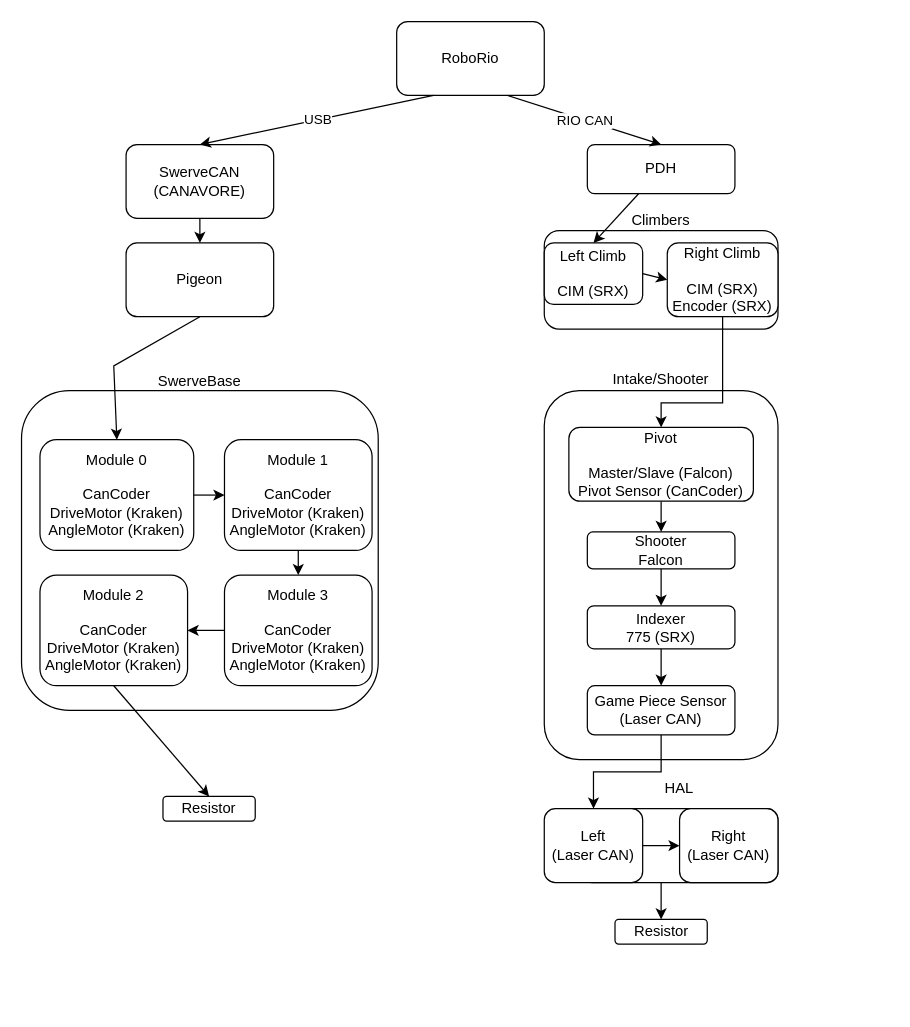
Before: doc/graphics/Bot.drawio in FRC5920/2024, a draw.io diagram. Source tidied: cells renumbered, new cells numbered last; positions are measured from the earlier drawing's top-left corner, leaving out a move shared by most shapes. Both pictures are drawn from the tidied source at 123%, with x=0, y=0 at pixel (21, 21).
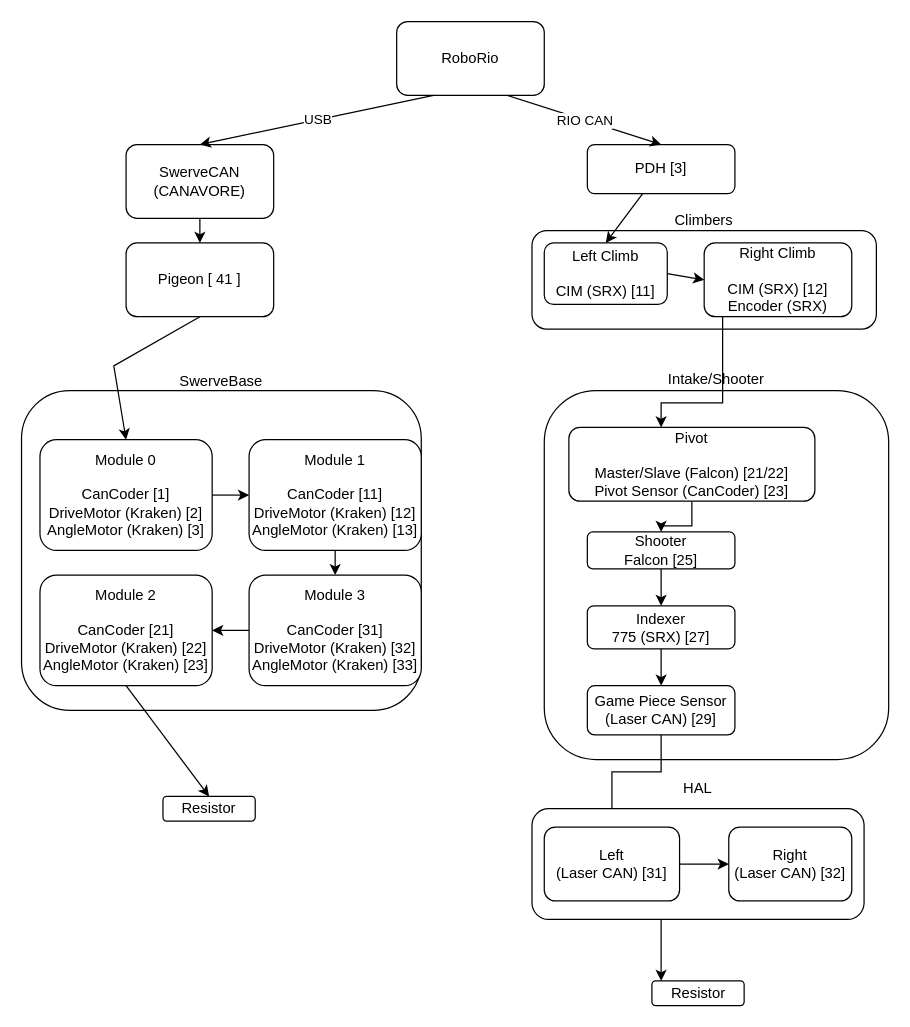
The same diagram, later.

Commit message:
Updated CAN IDs on diagram

What changed in the source:
```diff
@@
     <mxCell id="4" value="SwerveBase" style="rounded=1;whiteSpace=wrap;html=1;spacingTop=0;labelPosition=center;verticalLabelPosition=top;align=center;verticalAlign=bottom;spacing=0;" parent="1" vertex="1">
-      <mxGeometry y="300" width="290" height="260" as="geometry" />
+      <mxGeometry y="300" width="325" height="260" as="geometry" />
     </mxCell>
-    <mxCell id="5" value="Module 0&lt;br&gt;&lt;br&gt;CanCoder&lt;br&gt;DriveMotor (Kraken)&lt;br&gt;AngleMotor (Kraken)" style="rounded=1;whiteSpace=wrap;html=1;" parent="1" vertex="1">
-      <mxGeometry x="15" y="340" width="125" height="90" as="geometry" />
+    <mxCell id="5" value="Module 0&lt;br&gt;&lt;br&gt;CanCoder [1]&lt;br&gt;DriveMotor (Kraken) [2]&lt;br&gt;AngleMotor (Kraken) [3]" style="rounded=1;whiteSpace=wrap;html=1;" parent="1" vertex="1">
+      <mxGeometry x="15" y="340" width="140" height="90" as="geometry" />
     </mxCell>
-    <mxCell id="6" value="Module 1&lt;br&gt;&lt;br&gt;CanCoder&lt;br&gt;DriveMotor (Kraken)&lt;br&gt;AngleMotor (Kraken)" style="rounded=1;whiteSpace=wrap;html=1;" parent="1" vertex="1">
-      <mxGeometry x="165" y="340" width="120" height="90" as="geometry" />
+    <mxCell id="6" value="Module 1&lt;br&gt;&lt;br&gt;CanCoder [11]&lt;br&gt;DriveMotor (Kraken) [12]&lt;br&gt;AngleMotor (Kraken) [13]" style="rounded=1;whiteSpace=wrap;html=1;" parent="1" vertex="1">
+      <mxGeometry x="185" y="340" width="140" height="90" as="geometry" />
     </mxCell>
-    <mxCell id="7" value="Module 2&lt;br&gt;&lt;br&gt;CanCoder&lt;br&gt;DriveMotor (Kraken)&lt;br&gt;AngleMotor (Kraken)" style="rounded=1;whiteSpace=wrap;html=1;" parent="1" vertex="1">
-      <mxGeometry x="15" y="450" width="120" height="90" as="geometry" />
+    <mxCell id="7" value="Module 2&lt;br&gt;&lt;br&gt;CanCoder [21]&lt;br&gt;DriveMotor (Kraken) [22]&lt;br&gt;AngleMotor (Kraken) [23]" style="rounded=1;whiteSpace=wrap;html=1;" parent="1" vertex="1">
+      <mxGeometry x="15" y="450" width="140" height="90" as="geometry" />
     </mxCell>
-    <mxCell id="8" value="Module 3&lt;br&gt;&lt;br&gt;CanCoder&lt;br&gt;DriveMotor (Kraken)&lt;br&gt;AngleMotor (Kraken)" style="rounded=1;whiteSpace=wrap;html=1;" parent="1" vertex="1">
-      <mxGeometry x="165" y="450" width="120" height="90" as="geometry" />
+    <mxCell id="8" value="Module 3&lt;br&gt;&lt;br&gt;CanCoder [31]&lt;br&gt;DriveMotor (Kraken) [32]&lt;br&gt;AngleMotor (Kraken) [33]" style="rounded=1;whiteSpace=wrap;html=1;" parent="1" vertex="1">
+      <mxGeometry x="185" y="450" width="140" height="90" as="geometry" />
     </mxCell>
-    <mxCell id="9" value="Pigeon" style="rounded=1;whiteSpace=wrap;html=1;" parent="1" vertex="1">
+    <mxCell id="9" value="Pigeon [ 41 ]" style="rounded=1;whiteSpace=wrap;html=1;" parent="1" vertex="1">
       <mxGeometry x="85" y="180" width="120" height="60" as="geometry" />
     </mxCell>
-    <mxCell id="10" value="PDH" style="rounded=1;whiteSpace=wrap;html=1;" parent="1" vertex="1">
+    <mxCell id="10" value="PDH [3]" style="rounded=1;whiteSpace=wrap;html=1;" parent="1" vertex="1">
       <mxGeometry x="460" y="100" width="120" height="40" as="geometry" />
     </mxCell>
@@
     <mxCell id="22" value="Resistor" style="rounded=1;whiteSpace=wrap;html=1;" parent="1" vertex="1">
-      <mxGeometry x="482.5" y="730" width="75" height="20" as="geometry" />
+      <mxGeometry x="512.5" y="780" width="75" height="20" as="geometry" />
     </mxCell>
     <mxCell id="23" value="&lt;p style=&quot;line-height: 120%;&quot;&gt;Climbers&lt;/p&gt;" style="rounded=1;whiteSpace=wrap;html=1;spacingTop=0;labelPosition=center;verticalLabelPosition=top;align=center;verticalAlign=bottom;spacing=-11;" parent="1" vertex="1">
-      <mxGeometry x="425" y="170" width="190" height="80" as="geometry" />
+      <mxGeometry x="415" y="170" width="280" height="80" as="geometry" />
     </mxCell>
     <mxCell id="24" value="Intake/Shooter" style="rounded=1;fontColor=default;whiteSpace=wrap;html=1;spacingTop=-5;labelPosition=center;verticalLabelPosition=top;align=center;verticalAlign=bottom;" parent="1" vertex="1">
-      <mxGeometry x="425" y="300" width="190" height="300" as="geometry" />
+      <mxGeometry x="425" y="300" width="280" height="300" as="geometry" />
     </mxCell>
-    <mxCell id="25" value="Left Climb&lt;br&gt;&lt;br&gt;CIM (SRX)" style="rounded=1;whiteSpace=wrap;html=1;" parent="1" vertex="1">
-      <mxGeometry x="425" y="180" width="80" height="50" as="geometry" />
+    <mxCell id="25" value="Left Climb&lt;br&gt;&lt;br&gt;CIM (SRX) [11]" style="rounded=1;whiteSpace=wrap;html=1;" parent="1" vertex="1">
+      <mxGeometry x="425" y="180" width="100" height="50" as="geometry" />
     </mxCell>
@@
-    <mxCell id="27" value="Right Climb&lt;br&gt;&lt;br&gt;CIM (SRX)&lt;br&gt;Encoder (SRX)" style="rounded=1;whiteSpace=wrap;html=1;" parent="1" vertex="1">
-      <mxGeometry x="525" y="180" width="90" height="60" as="geometry" />
+    <mxCell id="27" value="Right Climb&lt;br&gt;&lt;br&gt;CIM (SRX) [12]&lt;br&gt;Encoder (SRX)" style="rounded=1;whiteSpace=wrap;html=1;" parent="1" vertex="1">
+      <mxGeometry x="555" y="180" width="120" height="60" as="geometry" />
     </mxCell>
@@
-    <mxCell id="29" value="Pivot&lt;br&gt;&lt;br&gt;Master/Slave (Falcon)&lt;br&gt;Pivot Sensor (CanCoder)" style="rounded=1;whiteSpace=wrap;html=1;" parent="1" vertex="1">
-      <mxGeometry x="445" y="330" width="150" height="60" as="geometry" />
+    <mxCell id="29" value="Pivot&lt;br&gt;&lt;br&gt;Master/Slave (Falcon) [21/22]&lt;br&gt;Pivot Sensor (CanCoder) [23]" style="rounded=1;whiteSpace=wrap;html=1;" parent="1" vertex="1">
+      <mxGeometry x="445" y="330" width="200" height="60" as="geometry" />
     </mxCell>
@@
-    <mxCell id="31" value="Shooter&lt;br&gt;Falcon" style="rounded=1;whiteSpace=wrap;html=1;" parent="1" vertex="1">
+    <mxCell id="31" value="Shooter&lt;br&gt;Falcon [25]" style="rounded=1;whiteSpace=wrap;html=1;" parent="1" vertex="1">
       <mxGeometry x="460" y="415" width="120" height="30" as="geometry" />
     </mxCell>
@@
-    <mxCell id="33" value="Indexer&lt;br&gt;775 (SRX)" style="rounded=1;whiteSpace=wrap;html=1;" parent="1" vertex="1">
+    <mxCell id="33" value="Indexer&lt;br&gt;775 (SRX) [27]" style="rounded=1;whiteSpace=wrap;html=1;" parent="1" vertex="1">
       <mxGeometry x="460" y="475" width="120" height="35" as="geometry" />
     </mxCell>
     <mxCell id="34" style="edgeStyle=orthogonalEdgeStyle;rounded=0;jettySize=auto;html=1;entryX=0.5;entryY=0;entryDx=0;entryDy=0;" parent="1" edge="1" source="35" target="39">
       <mxGeometry relative="1" as="geometry">
         <Array as="points">
           <mxPoint x="520" y="610" />
-          <mxPoint x="465" y="610" />
+          <mxPoint x="480" y="610" />
         </Array>
       </mxGeometry>
     </mxCell>
-    <mxCell id="35" value="Game Piece Sensor&lt;br&gt;(Laser CAN)" style="rounded=1;whiteSpace=wrap;html=1;" parent="1" vertex="1">
+    <mxCell id="35" value="Game Piece Sensor&lt;br&gt;(Laser CAN) [29]" style="rounded=1;whiteSpace=wrap;html=1;" parent="1" vertex="1">
       <mxGeometry x="460" y="540" width="120" height="40" as="geometry" />
     </mxCell>
@@
     <mxCell id="38" value="HAL" style="rounded=1;whiteSpace=wrap;html=1;labelPosition=center;verticalLabelPosition=top;align=center;verticalAlign=bottom;spacing=9;" parent="1" vertex="1">
-      <mxGeometry x="455" y="640" width="160" height="60" as="geometry" />
+      <mxGeometry x="415" y="640" width="270" height="90" as="geometry" />
     </mxCell>
-    <mxCell id="39" value="Left&lt;br&gt;(Laser CAN)" style="rounded=1;whiteSpace=wrap;html=1;" parent="1" vertex="1">
-      <mxGeometry x="425" y="640" width="80" height="60" as="geometry" />
+    <mxCell id="39" value="Left&lt;br&gt;(Laser CAN) [31]" style="rounded=1;whiteSpace=wrap;html=1;" parent="1" vertex="1">
+      <mxGeometry x="425" y="655" width="110" height="60" as="geometry" />
     </mxCell>
-    <mxCell id="40" value="Right&lt;br&gt;(Laser CAN)" style="rounded=1;whiteSpace=wrap;html=1;" parent="1" vertex="1">
-      <mxGeometry x="535" y="640" width="80" height="60" as="geometry" />
+    <mxCell id="40" value="Right&lt;br&gt;(Laser CAN) [32]" style="rounded=1;whiteSpace=wrap;html=1;" parent="1" vertex="1">
+      <mxGeometry x="575" y="655" width="100" height="60" as="geometry" />
     </mxCell>
```
